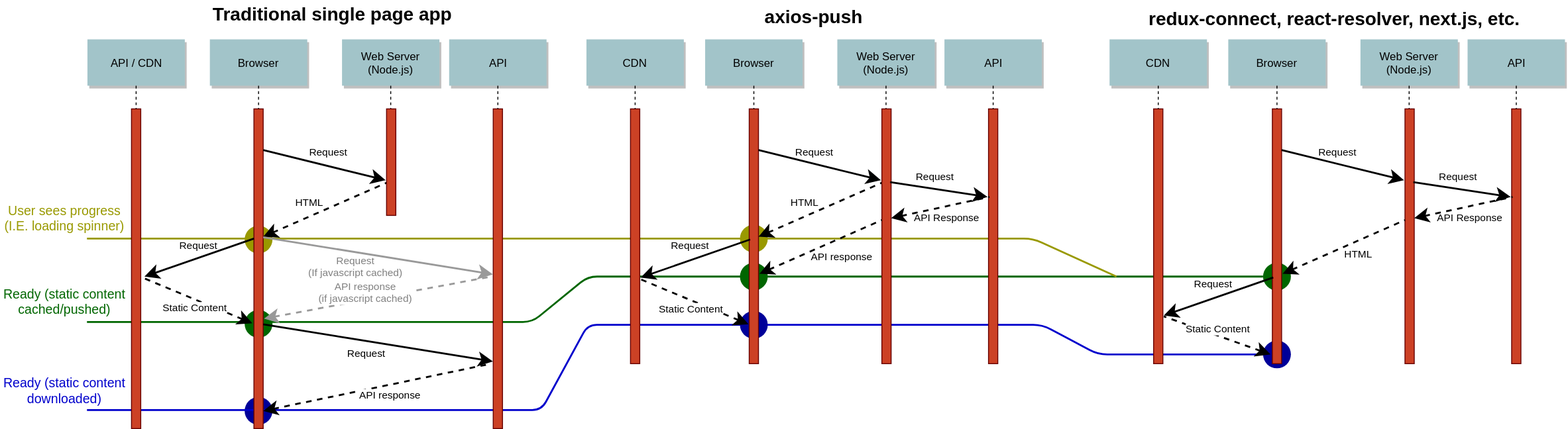
Earlier version of the draw.io export docs/sequence.svg (BernzSed/axios-isomorphic-push). Source tidied: cells renumbered, new cells last; positions are measured from the earlier drawing's top-left corner, leaving out a move shared by most shapes.
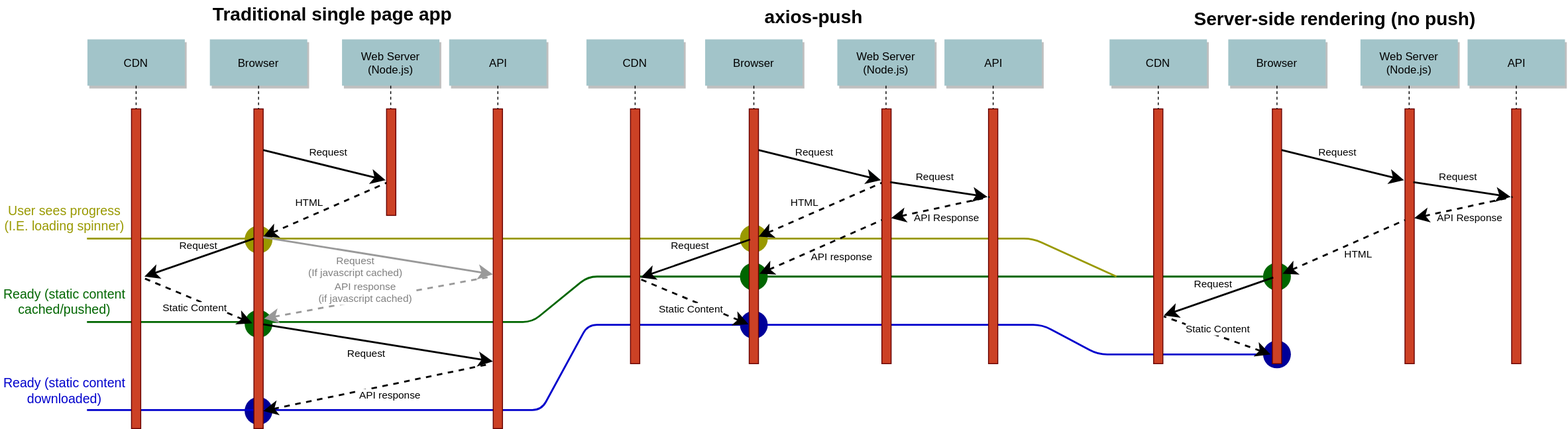
The same diagram one commit later.

Commit message:
better sequence diagram

Diff of the diagram source:
```diff
@@ -86,7 +86,7 @@
     <mxCell id="19" style="fillColor=#CC4125;strokeColor=#660000;html=1;" parent="1" vertex="1">
       <mxGeometry x="141" y="117" width="10" height="345" as="geometry" />
     </mxCell>
-    <mxCell id="20" value="API / CDN" style="shadow=1;fillColor=#A2C4C9;strokeColor=none;html=1;" parent="1" vertex="1">
+    <mxCell id="20" value="CDN" style="shadow=1;fillColor=#A2C4C9;strokeColor=none;html=1;" parent="1" vertex="1">
       <mxGeometry x="93.5" y="42" width="105" height="50" as="geometry" />
     </mxCell>
     <mxCell id="21" style="edgeStyle=none;endArrow=none;dashed=1;html=1;" parent="1" edge="1" source="20" target="19">
@@ -261,7 +261,7 @@
     <mxCell id="61" value="axios-push" style="text;html=1;align=center;verticalAlign=top;spacingTop=-4;fontSize=20;fontStyle=1;" parent="1" vertex="1">
       <mxGeometry x="842" y="3" width="70" height="20" as="geometry" />
     </mxCell>
-    <mxCell id="62" value="redux-connect,&amp;nbsp;react-resolver, next.js, etc." style="text;html=1;fontStyle=1;fontSize=20;align=center;" parent="1" vertex="1">
+    <mxCell id="62" value="Server-side rendering (no push)" style="text;html=1;fontStyle=1;fontSize=20;align=center;" parent="1" vertex="1">
       <mxGeometry x="1303" y="1" width="270" height="30" as="geometry" />
     </mxCell>
     <mxCell id="63" value="&lt;div style=&quot;text-align: center&quot;&gt;&lt;span&gt;&lt;font style=&quot;font-size: 20px&quot;&gt;&lt;b&gt;Traditional single page app&lt;/b&gt;&lt;/font&gt;&lt;/span&gt;&lt;/div&gt;" style="text;html=1;align=center;verticalAlign=top;spacingTop=-4;" parent="1" vertex="1">
```
